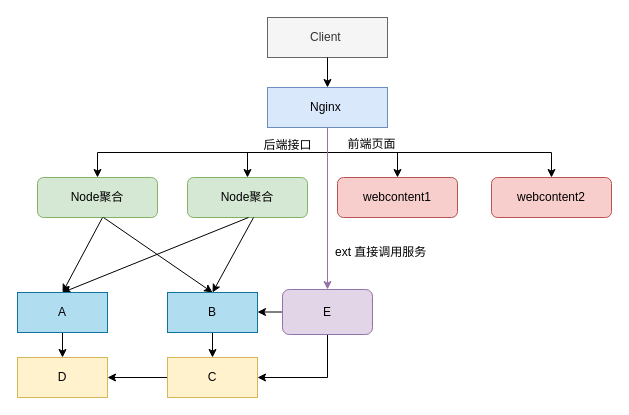
Earlier version of the draw.io diagram api-01.drawio (guozhihua/draw.io). Source tidied: cells renumbered, new cells numbered last; positions are measured from the earlier drawing's top-left corner, leaving out a move shared by most shapes. Both pictures are drawn from the tidied source at 100%, with x=0, y=0 at pixel (17, 17).
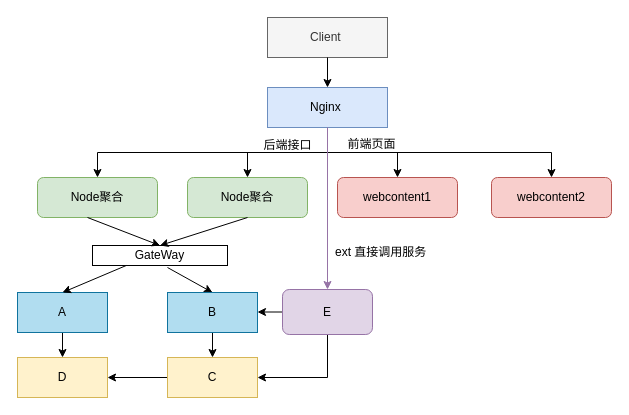
The same page after the edit.

Unchanged cells that the change refers to:
```xml
<mxCell id="2" style="group;" parent="1" vertex="1">
  <mxGeometry x="20" width="574" height="262" as="geometry" />
</mxCell>
<mxCell id="13" value="Node聚合" style="rounded=1;whiteSpace=wrap;html=1;fillColor=#d5e8d4;strokeColor=#82b366;" parent="2" vertex="1">
  <mxGeometry x="150" y="160" width="120" height="40" as="geometry" />
</mxCell>
<mxCell id="21" value="A" style="rounded=0;whiteSpace=wrap;html=1;fillColor=#b1ddf0;strokeColor=#10739e;" parent="1" vertex="1">
  <mxGeometry y="275" width="90" height="40" as="geometry" />
</mxCell>
<mxCell id="23" value="B" style="rounded=0;whiteSpace=wrap;html=1;fillColor=#b1ddf0;strokeColor=#10739e;" parent="1" vertex="1">
  <mxGeometry x="150" y="275" width="90" height="40" as="geometry" />
</mxCell>
```

What changed in the source:
```diff
@@
-    <mxCell id="16" style="endArrow=classic;html=1;entryX=0.5;entryY=0;entryDx=0;entryDy=0;" parent="2" edge="1" target="21">
-      <mxGeometry relative="1" as="geometry">
-        <mxPoint x="65" y="200" as="sourcePoint" />
-      </mxGeometry>
-    </mxCell>
-    <mxCell id="17" style="endArrow=classic;html=1;entryX=0.5;entryY=0;entryDx=0;entryDy=0;" parent="2" edge="1" target="23">
-      <mxGeometry relative="1" as="geometry">
-        <mxPoint x="66" y="200" as="sourcePoint" />
-      </mxGeometry>
-    </mxCell>
-    <mxCell id="18" style="endArrow=classic;html=1;entryX=0.5;entryY=0;entryDx=0;entryDy=0;" parent="2" edge="1" target="21">
-      <mxGeometry relative="1" as="geometry">
-        <mxPoint x="211" y="200" as="sourcePoint" />
-      </mxGeometry>
-    </mxCell>
-    <mxCell id="19" style="endArrow=classic;html=1;entryX=0.5;entryY=0;entryDx=0;entryDy=0;" parent="2" edge="1" target="23">
-      <mxGeometry relative="1" as="geometry">
-        <mxPoint x="216" y="200" as="sourcePoint" />
-      </mxGeometry>
-    </mxCell>
+    <mxCell id="32" value="GateWay" style="rounded=0;whiteSpace=wrap;html=1;" parent="2" vertex="1">
+      <mxGeometry x="55" y="228" width="135" height="20" as="geometry" />
+    </mxCell>
+    <mxCell id="33" style="endArrow=classic;html=1;exitX=0.5;exitY=1;exitDx=0;exitDy=0;entryX=0.5;entryY=0;entryDx=0;entryDy=0;" parent="2" edge="1" source="13" target="32">
+      <mxGeometry relative="1" as="geometry" />
+    </mxCell>
+    <mxCell id="34" style="endArrow=classic;html=1;entryX=0.5;entryY=0;entryDx=0;entryDy=0;" parent="2" edge="1" target="32">
+      <mxGeometry relative="1" as="geometry">
+        <mxPoint x="50" y="200" as="sourcePoint" />
+      </mxGeometry>
+    </mxCell>
+    <mxCell id="35" style="endArrow=classic;html=1;entryX=0.5;entryY=0;entryDx=0;entryDy=0;" parent="2" edge="1" target="23">
+      <mxGeometry relative="1" as="geometry">
+        <mxPoint x="130" y="250" as="sourcePoint" />
+      </mxGeometry>
+    </mxCell>
@@
+    <mxCell id="36" style="endArrow=classic;html=1;entryX=0.5;entryY=0;entryDx=0;entryDy=0;exitX=0.25;exitY=1;exitDx=0;exitDy=0;" parent="1" edge="1" source="32" target="21">
+      <mxGeometry relative="1" as="geometry" />
+    </mxCell>
```
